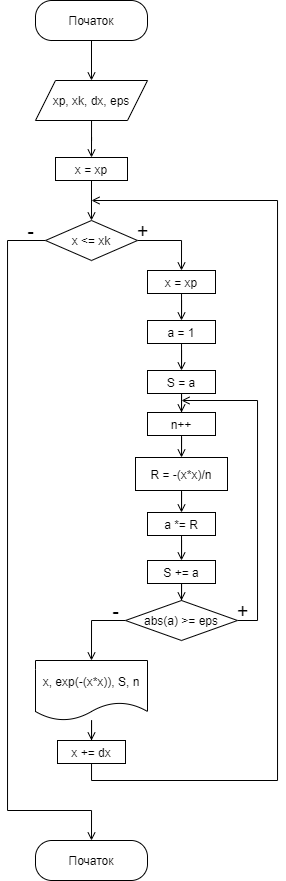
The draw.io diagram diagram.png in fhctyw/Lab4.7, before a commit. Source tidied: cells renumbered, new cells last; positions are measured from the earlier drawing's top-left corner, leaving out a move shared by most shapes.
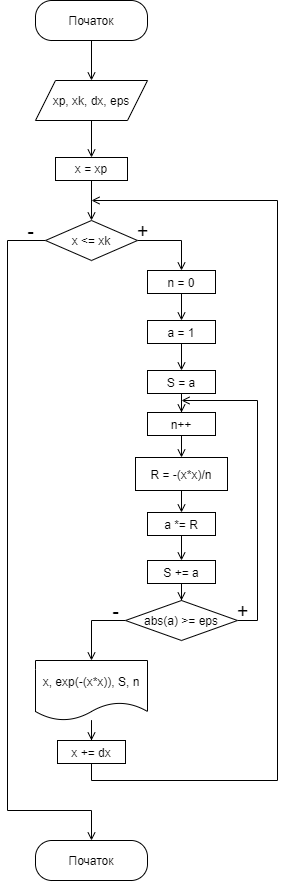
Later version of the same file.

Commit message:
rewrite diagram

The edit, as a diff of the source:
```diff
@@ -41,7 +41,7 @@
     <mxCell id="12" style="edgeStyle=orthogonalEdgeStyle;rounded=0;jettySize=auto;html=1;entryX=0.5;entryY=0;entryDx=0;entryDy=0;endArrow=open;endFill=0;" parent="1" edge="1" source="13" target="15">
       <mxGeometry relative="1" as="geometry" />
     </mxCell>
-    <mxCell id="13" value="x = xp" style="rounded=0;whiteSpace=wrap;html=1;" parent="1" vertex="1">
+    <mxCell id="13" value="n = 0" style="rounded=0;whiteSpace=wrap;html=1;" parent="1" vertex="1">
       <mxGeometry x="140" y="270" width="68" height="23" as="geometry" />
     </mxCell>
     <mxCell id="14" style="edgeStyle=orthogonalEdgeStyle;rounded=0;jettySize=auto;html=1;entryX=0.5;entryY=0;entryDx=0;entryDy=0;endArrow=open;endFill=0;" parent="1" edge="1" source="15" target="17">
```
